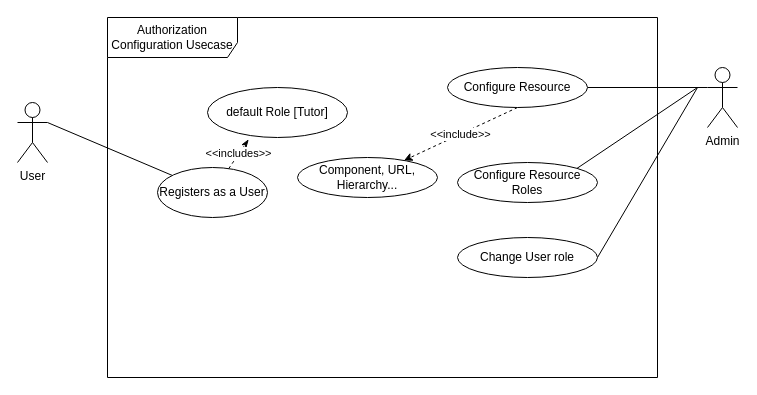
The draw.io diagram 2021/specs/design/draw.io files/AuthorisationUseCase.drawio in JohnAPedagogy/ProgressiveStudentHackathon, before the edit. Source tidied: cells renumbered, new cells numbered last; positions are measured from the earlier drawing's top-left corner, leaving out a move shared by most shapes. Both pictures are drawn from the tidied source at 100%, with x=0, y=0 at pixel (17, 17).
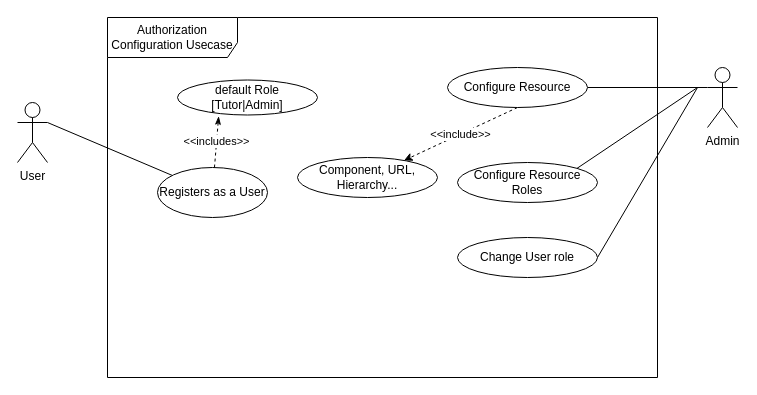
Above is the later version.

Change to the diagram source:
```diff
@@
 <mxGraphModel>
   <root>
     <mxCell id="0" />
     <mxCell id="1" parent="0" />
     <mxCell id="2" value="Authorization Configuration Usecase" style="shape=umlFrame;whiteSpace=wrap;html=1;width=130;height=40;" parent="1" vertex="1">
       <mxGeometry x="90" width="550" height="360" as="geometry" />
     </mxCell>
     <mxCell id="3" style="edgeStyle=none;rounded=0;jettySize=auto;html=1;exitX=1;exitY=0.3333333333333333;exitDx=0;exitDy=0;exitPerimeter=0;endArrow=none;endFill=0;" parent="1" edge="1" source="4" target="5">
       <mxGeometry relative="1" as="geometry" />
     </mxCell>
     <mxCell id="4" value="User" style="shape=umlActor;verticalLabelPosition=bottom;verticalAlign=top;html=1;" parent="1" vertex="1">
       <mxGeometry y="85" width="30" height="60" as="geometry" />
     </mxCell>
     <mxCell id="5" value="Registers as a User" style="ellipse;whiteSpace=wrap;html=1;" parent="1" vertex="1">
       <mxGeometry x="140" y="150" width="110" height="50" as="geometry" />
     </mxCell>
     <mxCell id="6" value="&amp;lt;&amp;lt;includes&amp;gt;&amp;gt;" style="edgeStyle=none;rounded=0;jettySize=auto;html=1;endArrow=classicThin;endFill=1;entryX=0.294;entryY=1.036;entryDx=0;entryDy=0;entryPerimeter=0;dashed=1;" parent="1" edge="1" source="5" target="7">
       <mxGeometry relative="1" as="geometry" />
     </mxCell>
-    <mxCell id="7" value="default Role [Tutor]" style="ellipse;whiteSpace=wrap;html=1;" parent="1" vertex="1">
-      <mxGeometry x="190" y="70" width="140" height="50" as="geometry" />
+    <mxCell id="7" value="default Role [Tutor|Admin]" style="ellipse;whiteSpace=wrap;html=1;" parent="1" vertex="1">
+      <mxGeometry x="160" y="62.5" width="140" height="35" as="geometry" />
     </mxCell>
     <mxCell id="8" value="&amp;lt;&amp;lt;include&amp;gt;&amp;gt;" style="rounded=0;jettySize=auto;html=1;exitX=0.5;exitY=1;exitDx=0;exitDy=0;dashed=1;" parent="1" edge="1" source="10" target="12">
       <mxGeometry relative="1" as="geometry" />
     </mxCell>
     <mxCell id="9" style="edgeStyle=none;rounded=0;jettySize=auto;html=1;exitX=1;exitY=0.5;exitDx=0;exitDy=0;entryX=0;entryY=0.3333333333333333;entryDx=0;entryDy=0;entryPerimeter=0;endArrow=none;endFill=0;" parent="1" edge="1" source="10" target="11">
       <mxGeometry relative="1" as="geometry" />
     </mxCell>
     <mxCell id="10" value="Configure Resource" style="ellipse;whiteSpace=wrap;html=1;" parent="1" vertex="1">
       <mxGeometry x="430" y="50" width="140" height="40" as="geometry" />
     </mxCell>
     <mxCell id="11" value="Admin" style="shape=umlActor;verticalLabelPosition=bottom;verticalAlign=top;html=1;" parent="1" vertex="1">
       <mxGeometry x="690" y="50" width="30" height="60" as="geometry" />
     </mxCell>
     <mxCell id="12" value="Component, URL, Hierarchy..." style="ellipse;whiteSpace=wrap;html=1;" parent="1" vertex="1">
       <mxGeometry x="280" y="140" width="140" height="40" as="geometry" />
     </mxCell>
     <mxCell id="13" style="edgeStyle=none;rounded=0;jettySize=auto;html=1;exitX=1;exitY=0;exitDx=0;exitDy=0;endArrow=none;endFill=0;" parent="1" edge="1" source="14">
       <mxGeometry relative="1" as="geometry">
         <mxPoint x="680" y="70" as="targetPoint" />
       </mxGeometry>
     </mxCell>
     <mxCell id="14" value="Configure Resource Roles" style="ellipse;whiteSpace=wrap;html=1;" parent="1" vertex="1">
       <mxGeometry x="440" y="145" width="140" height="40" as="geometry" />
     </mxCell>
     <mxCell id="15" style="edgeStyle=none;rounded=0;jettySize=auto;html=1;exitX=1;exitY=0.5;exitDx=0;exitDy=0;endArrow=none;endFill=0;" parent="1" edge="1" source="16">
       <mxGeometry relative="1" as="geometry">
         <mxPoint x="680" y="70" as="targetPoint" />
       </mxGeometry>
     </mxCell>
     <mxCell id="16" value="Change User role" style="ellipse;whiteSpace=wrap;html=1;" parent="1" vertex="1">
       <mxGeometry x="440" y="220" width="140" height="40" as="geometry" />
     </mxCell>
   </root>
 </mxGraphModel>
```
